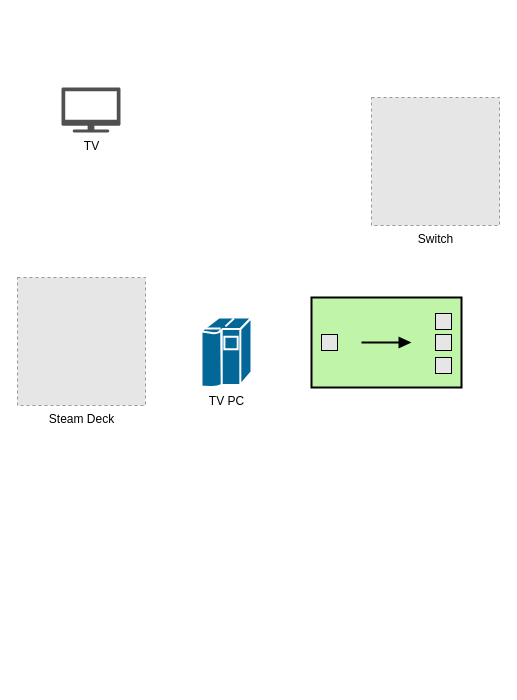
Earlier version of the draw.io diagram Untitled Diagram.drawio (medavox/drawio.diagrams). Source tidied: cells renumbered, new cells numbered last; positions are measured from the earlier drawing's top-left corner, leaving out a move shared by most shapes. Both pictures are drawn from the tidied source at 100%, with x=0, y=0 at pixel (17, 87). Pictures stored in the file or linked from it are replaced by grey dashed boxes.
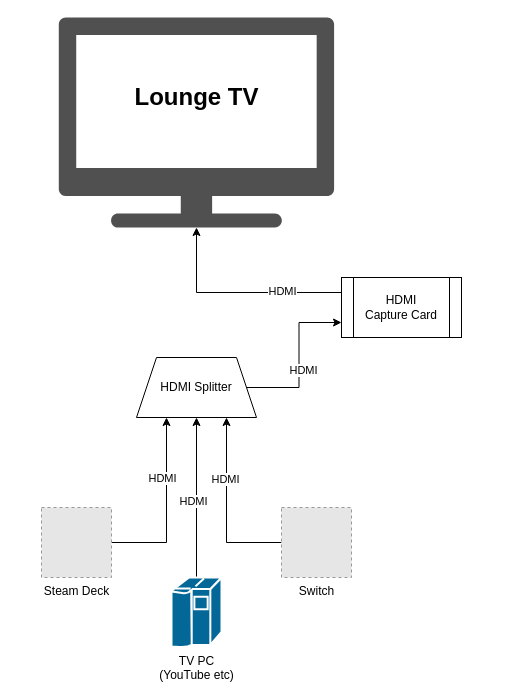
After the change.

Commit message:
Steam my TVdrawio

What changed in the source:
```diff
@@
-    <mxCell id="2" value="&lt;div&gt;TV&lt;/div&gt;" style="sketch=0;shadow=0;dashed=0;html=1;strokeColor=none;fillColor=#505050;labelPosition=center;verticalLabelPosition=bottom;verticalAlign=top;outlineConnect=0;align=center;shape=mxgraph.office.devices.tv;" parent="1" vertex="1">
-      <mxGeometry x="44" width="59" height="45" as="geometry" />
+    <mxCell id="2" style="sketch=0;shadow=0;dashed=0;html=1;strokeColor=none;fillColor=#505050;labelPosition=center;verticalLabelPosition=bottom;verticalAlign=top;outlineConnect=0;align=center;shape=mxgraph.office.devices.tv;" parent="1" vertex="1">
+      <mxGeometry x="41.3" y="-70" width="275.3" height="210" as="geometry" />
     </mxCell>
+    <mxCell id="7" style="edgeStyle=orthogonalEdgeStyle;rounded=0;jettySize=auto;html=1;entryX=0.75;entryY=1;entryDx=0;entryDy=0;" parent="1" edge="1" source="3" target="15">
+      <mxGeometry relative="1" as="geometry" />
+    </mxCell>
+    <mxCell id="8" value="HDMI" style="edgeLabel;html=1;align=center;verticalAlign=middle;" parent="7" vertex="1">
+      <mxGeometry x="0.32" y="2" relative="1" as="geometry" />
+    </mxCell>
     <mxCell id="3" value="Switch" style="fillColor=#E6E6E6;strokeColor=#999999;dashed=1;html=1;verticalAlign=top;verticalLabelPosition=bottom;labelBackgroundColor=#ffffff;" parent="1" vertex="1">
-      <mxGeometry x="354" y="10" width="128" height="128" as="geometry" />
+      <mxGeometry x="264" y="420" width="70" height="70" as="geometry" />
     </mxCell>
+    <mxCell id="9" style="edgeStyle=orthogonalEdgeStyle;rounded=0;jettySize=auto;html=1;entryX=0.25;entryY=1;entryDx=0;entryDy=0;" parent="1" edge="1" source="4" target="15">
+      <mxGeometry relative="1" as="geometry" />
+    </mxCell>
+    <mxCell id="10" value="HDMI" style="edgeLabel;html=1;align=center;verticalAlign=middle;" parent="9" vertex="1">
+      <mxGeometry x="0.19" relative="1" as="geometry">
+        <mxPoint x="-5" y="-13" as="offset" />
+      </mxGeometry>
+    </mxCell>
     <mxCell id="4" value="Steam Deck" style="fillColor=#E6E6E6;strokeColor=#999999;dashed=1;html=1;verticalAlign=top;verticalLabelPosition=bottom;labelBackgroundColor=#ffffff;" parent="1" vertex="1">
-      <mxGeometry y="190" width="128" height="128" as="geometry" />
+      <mxGeometry x="24" y="420" width="70" height="70" as="geometry" />
     </mxCell>
+    <mxCell id="11" style="edgeStyle=orthogonalEdgeStyle;rounded=0;jettySize=auto;html=1;entryX=0.5;entryY=1;entryDx=0;entryDy=0;" parent="1" edge="1" source="5" target="15">
+      <mxGeometry relative="1" as="geometry" />
+    </mxCell>
+    <mxCell id="12" value="HDMI" style="edgeLabel;html=1;align=center;verticalAlign=middle;" parent="11" vertex="1">
+      <mxGeometry x="-0.04" y="4" relative="1" as="geometry" />
+    </mxCell>
-    <mxCell id="5" value="TV PC" style="shape=mxgraph.cisco.computers_and_peripherals.ibm_mainframe;html=1;dashed=0;fillColor=#036897;strokeColor=#ffffff;strokeWidth=2;verticalLabelPosition=bottom;verticalAlign=top;align=center;outlineConnect=0;" parent="1" vertex="1">
-      <mxGeometry x="184" y="230" width="50" height="70" as="geometry" />
+    <mxCell id="5" value="&lt;div&gt;TV PC&lt;/div&gt;&lt;div&gt;(YouTube etc)&lt;/div&gt;" style="shape=mxgraph.cisco.computers_and_peripherals.ibm_mainframe;html=1;dashed=0;fillColor=#036897;strokeColor=#ffffff;strokeWidth=2;verticalLabelPosition=bottom;verticalAlign=top;align=center;outlineConnect=0;" parent="1" vertex="1">
+      <mxGeometry x="154" y="490" width="50" height="70" as="geometry" />
     </mxCell>
-    <mxCell id="6" style="strokeWidth=2;dashed=0;align=center;fontSize=8;fillColor=#c0f5a9;verticalLabelPosition=bottom;verticalAlign=top;shape=mxgraph.eip.splitter;" parent="1" vertex="1">
-      <mxGeometry x="294" y="210" width="150" height="90" as="geometry" />
-    </mxCell>
+    <mxCell id="13" style="edgeStyle=orthogonalEdgeStyle;rounded=0;jettySize=auto;html=1;entryX=0;entryY=0.75;entryDx=0;entryDy=0;" parent="1" edge="1" source="15" target="19">
+      <mxGeometry relative="1" as="geometry" />
+    </mxCell>
+    <mxCell id="14" value="HDMI" style="edgeLabel;html=1;align=center;verticalAlign=middle;" parent="13" vertex="1">
+      <mxGeometry x="-0.12" y="-4" relative="1" as="geometry" />
+    </mxCell>
+    <mxCell id="15" value="HDMI Splitter" style="shape=trapezoid;perimeter=trapezoidPerimeter;whiteSpace=wrap;html=1;fixedSize=1;" parent="1" vertex="1">
+      <mxGeometry x="119" y="270" width="120" height="60" as="geometry" />
+    </mxCell>
+    <mxCell id="16" value="Lounge TV" style="text;strokeColor=none;fillColor=none;html=1;fontSize=24;fontStyle=1;verticalAlign=middle;align=center;" parent="1" vertex="1">
+      <mxGeometry x="129" y="-10" width="100" height="40" as="geometry" />
+    </mxCell>
+    <mxCell id="17" style="edgeStyle=orthogonalEdgeStyle;rounded=0;jettySize=auto;html=1;exitX=0;exitY=0.25;exitDx=0;exitDy=0;" parent="1" edge="1" source="19" target="2">
+      <mxGeometry relative="1" as="geometry" />
+    </mxCell>
+    <mxCell id="18" value="HDMI" style="edgeLabel;html=1;align=center;verticalAlign=middle;" parent="17" vertex="1">
+      <mxGeometry x="-0.01" y="-2" relative="1" as="geometry">
+        <mxPoint x="44" as="offset" />
+      </mxGeometry>
+    </mxCell>
+    <mxCell id="19" value="&lt;div&gt;HDMI &lt;br&gt;&lt;/div&gt;&lt;div&gt;Capture Card&lt;/div&gt;" style="shape=process;whiteSpace=wrap;html=1;backgroundOutline=1;" parent="1" vertex="1">
+      <mxGeometry x="324" y="190" width="120" height="60" as="geometry" />
+    </mxCell>
```
